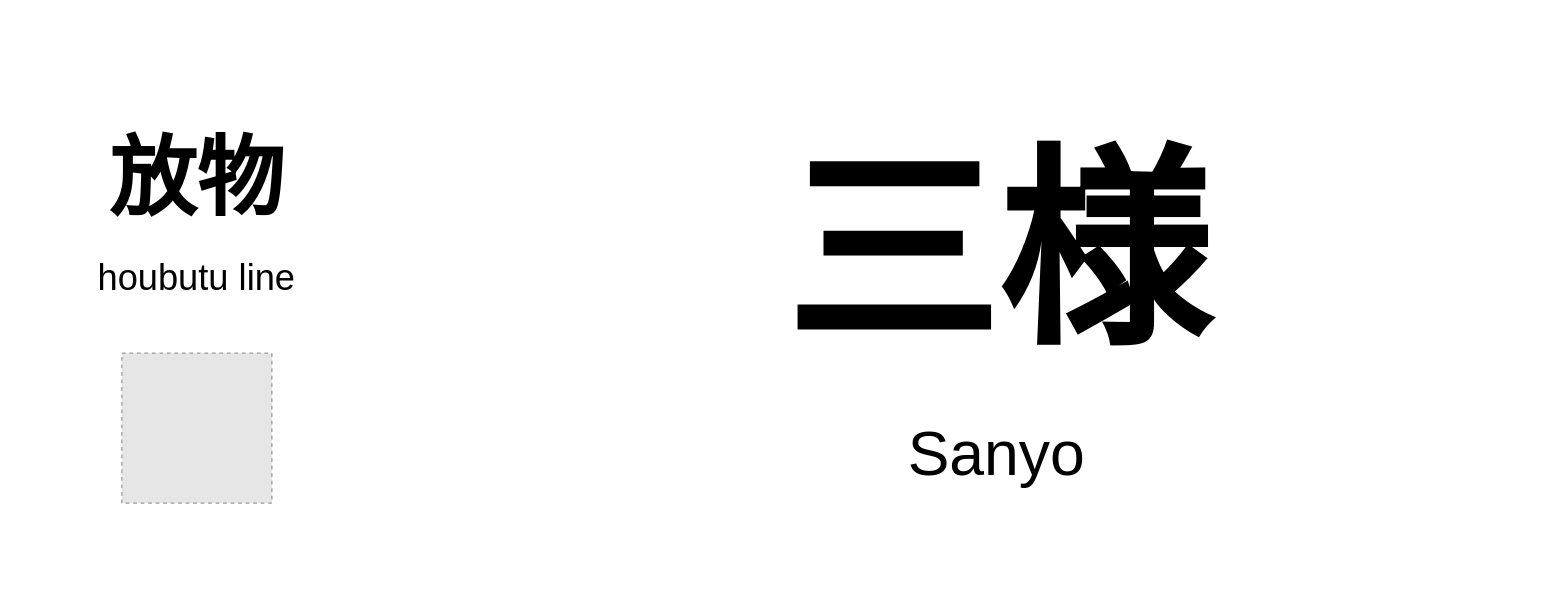
The draw.io diagram page "sanyo" (9 of 14) of 放物.drawio in chainsawsteel1/drawio-files, before the edit. Source tidied: cells renumbered, new cells numbered last; positions are measured from the earlier drawing's top-left corner, leaving out a move shared by most shapes. Both pictures are drawn from the tidied source at 125%, with x=0, y=0 at pixel (21, 21). Pictures stored in the file or linked from it are replaced by grey dashed boxes.
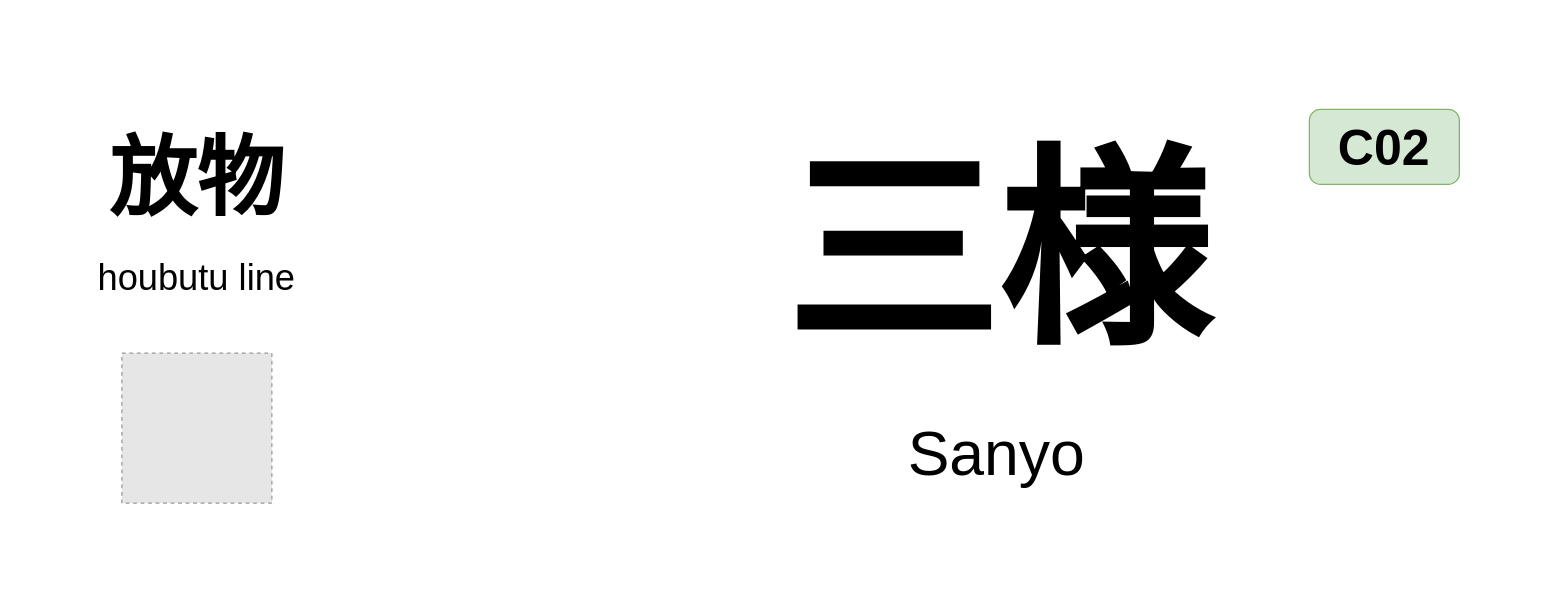
After the change.

What changed in the source:
```diff
@@
 <mxGraphModel>
   <root>
     <mxCell id="0" />
     <mxCell id="1" parent="0" />
     <mxCell id="2" value="&lt;font size=&quot;1&quot;&gt;&lt;b style=&quot;font-size: 70px;&quot;&gt;放物&lt;/b&gt;&lt;/font&gt;" style="text;html=1;align=center;verticalAlign=middle;whiteSpace=wrap;rounded=0;" parent="1" vertex="1">
       <mxGeometry x="40" y="85" width="200" height="80" as="geometry" />
     </mxCell>
     <mxCell id="3" value="&lt;font size=&quot;1&quot;&gt;&lt;b style=&quot;font-size: 170px;&quot;&gt;三様&lt;/b&gt;&lt;/font&gt;" style="text;html=1;align=center;verticalAlign=middle;whiteSpace=wrap;rounded=0;" parent="1" vertex="1">
       <mxGeometry x="400" y="85" width="760" height="200" as="geometry" />
     </mxCell>
     <mxCell id="4" value="&lt;font style=&quot;font-size: 50px;&quot;&gt;Sanyo&lt;/font&gt;" style="text;html=1;align=center;verticalAlign=middle;whiteSpace=wrap;rounded=0;" parent="1" vertex="1">
       <mxGeometry x="400" y="305" width="760" height="80" as="geometry" />
     </mxCell>
     <mxCell id="5" value="&lt;font style=&quot;font-size: 29px;&quot;&gt;houbutu line&lt;br&gt;&lt;/font&gt;" style="text;html=1;align=center;verticalAlign=middle;whiteSpace=wrap;rounded=0;" parent="1" vertex="1">
       <mxGeometry x="40" y="185" width="200" height="40" as="geometry" />
     </mxCell>
     <mxCell id="6" style="fillColor=#E6E6E6;strokeColor=#999999;dashed=1;verticalLabelPosition=bottom;labelBackgroundColor=default;verticalAlign=top;" parent="1" vertex="1">
       <mxGeometry x="80" y="265" width="120" height="120" as="geometry" />
     </mxCell>
     <mxCell id="7" value="&amp;nbsp;" style="text;html=1;align=center;verticalAlign=middle;whiteSpace=wrap;rounded=0;" parent="1" vertex="1">
       <mxGeometry width="1200" height="20" as="geometry" />
     </mxCell>
     <mxCell id="8" value="&amp;nbsp;" style="text;html=1;align=center;verticalAlign=middle;whiteSpace=wrap;rounded=0;" parent="1" vertex="1">
       <mxGeometry y="430" width="1200" height="20" as="geometry" />
     </mxCell>
+    <mxCell id="9" value="&lt;font size=&quot;1&quot;&gt;&lt;b&gt;&lt;font style=&quot;font-size: 40px;&quot;&gt;C02&lt;/font&gt;&lt;/b&gt;&lt;/font&gt;" style="rounded=1;whiteSpace=wrap;html=1;fillColor=#d5e8d4;strokeColor=#82b366;" parent="1" vertex="1">
+      <mxGeometry x="1030" y="70" width="120" height="60" as="geometry" />
+    </mxCell>
   </root>
 </mxGraphModel>
```
